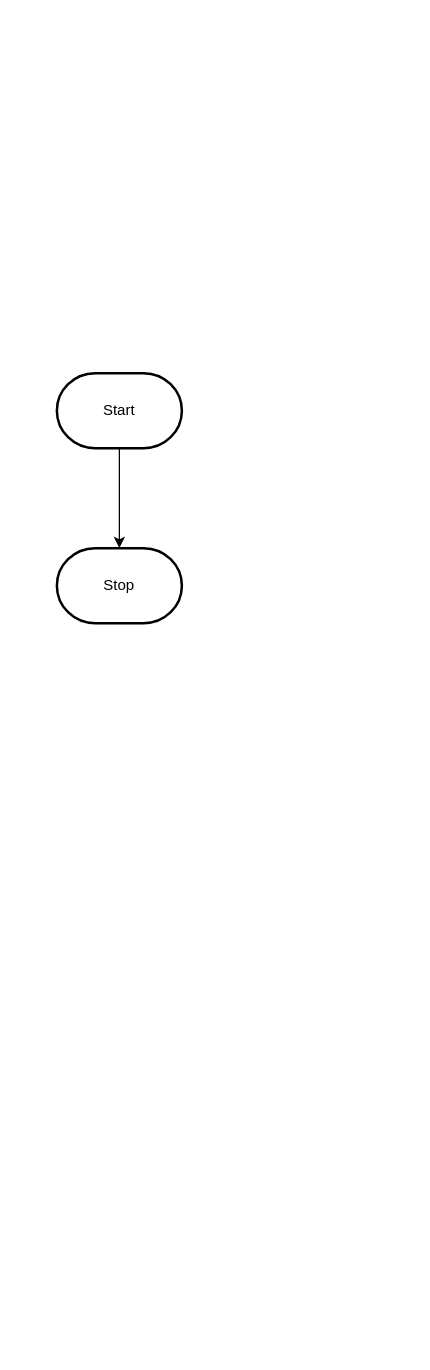
MTHS-ICD2O-1-2023/ICD2O-Unit-5-01-kai-nguyen-4 keeps this draw.io diagram as design/flowchart.drawio. Above is the earlier version. Source tidied: cells renumbered, new cells numbered last; positions are measured from the earlier drawing's top-left corner, leaving out a move shared by most shapes. Both pictures are drawn from the tidied source at 125%, with x=0, y=0 at pixel (56, 372).
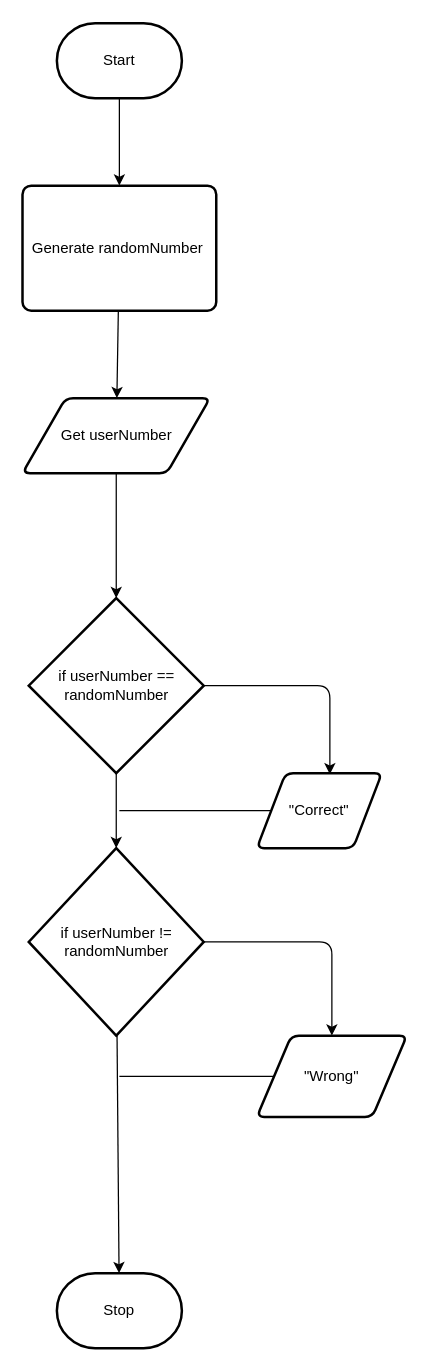
Above is the later version.

The edit, as a diff of the source:
```diff
@@
-    <mxCell id="2" style="edgeStyle=orthogonalEdgeStyle;html=1;rounded=0;" parent="1" edge="1" source="3" target="4">
-      <mxGeometry relative="1" as="geometry" />
-    </mxCell>
+    <mxCell id="5" style="edgeStyle=none;html=1;" parent="1" edge="1" source="3" target="2">
+      <mxGeometry relative="1" as="geometry" />
+    </mxCell>
     <mxCell id="3" value="Start" style="strokeWidth=2;html=1;shape=mxgraph.flowchart.terminator;whiteSpace=wrap;" parent="1" vertex="1">
-      <mxGeometry width="100" height="60" as="geometry" />
+      <mxGeometry y="-280" width="100" height="60" as="geometry" />
     </mxCell>
     <mxCell id="4" value="Stop" style="strokeWidth=2;html=1;shape=mxgraph.flowchart.terminator;whiteSpace=wrap;" parent="1" vertex="1">
-      <mxGeometry y="140" width="100" height="60" as="geometry" />
+      <mxGeometry y="720" width="100" height="60" as="geometry" />
     </mxCell>
+    <mxCell id="6" style="edgeStyle=none;html=1;" parent="1" edge="1" source="2" target="8">
+      <mxGeometry relative="1" as="geometry" />
+    </mxCell>
+    <mxCell id="2" value="Generate randomNumber&amp;nbsp;" style="rounded=1;whiteSpace=wrap;html=1;absoluteArcSize=1;arcSize=14;strokeWidth=2;" parent="1" vertex="1">
+      <mxGeometry x="-27.5" y="-150" width="155" height="100" as="geometry" />
+    </mxCell>
+    <mxCell id="7" style="edgeStyle=none;html=1;" parent="1" edge="1" source="8" target="11">
+      <mxGeometry relative="1" as="geometry" />
+    </mxCell>
+    <mxCell id="8" value="Get userNumber" style="shape=parallelogram;html=1;strokeWidth=2;perimeter=parallelogramPerimeter;whiteSpace=wrap;rounded=1;arcSize=12;size=0.23;" parent="1" vertex="1">
+      <mxGeometry x="-27.5" y="20" width="150" height="60" as="geometry" />
+    </mxCell>
+    <mxCell id="9" style="edgeStyle=none;html=1;entryX=0.5;entryY=0;entryDx=0;entryDy=0;entryPerimeter=0;" parent="1" edge="1" source="11" target="16">
+      <mxGeometry relative="1" as="geometry" />
+    </mxCell>
+    <mxCell id="10" style="edgeStyle=orthogonalEdgeStyle;html=1;entryX=0.584;entryY=0.015;entryDx=0;entryDy=0;entryPerimeter=0;" parent="1" edge="1" source="11" target="13">
+      <mxGeometry relative="1" as="geometry" />
+    </mxCell>
+    <mxCell id="11" value="if userNumber == randomNumber" style="strokeWidth=2;html=1;shape=mxgraph.flowchart.decision;whiteSpace=wrap;" parent="1" vertex="1">
+      <mxGeometry x="-22.5" y="180" width="140" height="140" as="geometry" />
+    </mxCell>
+    <mxCell id="12" style="edgeStyle=none;html=1;endArrow=none;endFill=0;" parent="1" edge="1" source="13">
+      <mxGeometry relative="1" as="geometry">
+        <mxPoint x="50" y="350" as="targetPoint" />
+      </mxGeometry>
+    </mxCell>
+    <mxCell id="13" value="&quot;Correct&quot;" style="shape=parallelogram;html=1;strokeWidth=2;perimeter=parallelogramPerimeter;whiteSpace=wrap;rounded=1;arcSize=12;size=0.23;" parent="1" vertex="1">
+      <mxGeometry x="160" y="320" width="100" height="60" as="geometry" />
+    </mxCell>
+    <mxCell id="14" style="edgeStyle=none;html=1;" parent="1" edge="1" source="16" target="4">
+      <mxGeometry relative="1" as="geometry" />
+    </mxCell>
+    <mxCell id="15" style="edgeStyle=orthogonalEdgeStyle;html=1;entryX=0.5;entryY=0;entryDx=0;entryDy=0;endArrow=classic;endFill=1;" parent="1" edge="1" source="16" target="18">
+      <mxGeometry relative="1" as="geometry" />
+    </mxCell>
+    <mxCell id="16" value="if userNumber != randomNumber" style="strokeWidth=2;html=1;shape=mxgraph.flowchart.decision;whiteSpace=wrap;" parent="1" vertex="1">
+      <mxGeometry x="-22.5" y="380" width="140" height="150" as="geometry" />
+    </mxCell>
+    <mxCell id="17" style="edgeStyle=orthogonalEdgeStyle;html=1;endArrow=none;endFill=0;" parent="1" edge="1" source="18">
+      <mxGeometry relative="1" as="geometry">
+        <mxPoint x="50" y="562.5" as="targetPoint" />
+      </mxGeometry>
+    </mxCell>
+    <mxCell id="18" value="&quot;Wrong&quot;" style="shape=parallelogram;html=1;strokeWidth=2;perimeter=parallelogramPerimeter;whiteSpace=wrap;rounded=1;arcSize=12;size=0.23;" parent="1" vertex="1">
+      <mxGeometry x="160" y="530" width="120" height="65" as="geometry" />
+    </mxCell>
```
